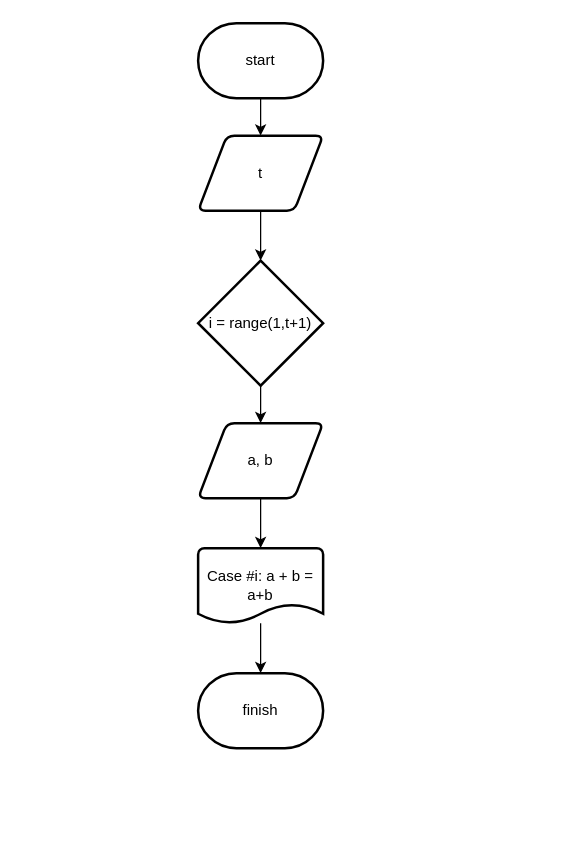
The draw.io diagram stage/03_loop/11022.drawio in Gyeongrok-Oh/boj, before the edit. Source tidied: cells renumbered, new cells numbered last; positions are measured from the earlier drawing's top-left corner, leaving out a move shared by most shapes. Both pictures are drawn from the tidied source at 125%, with x=0, y=0 at pixel (198, 22).
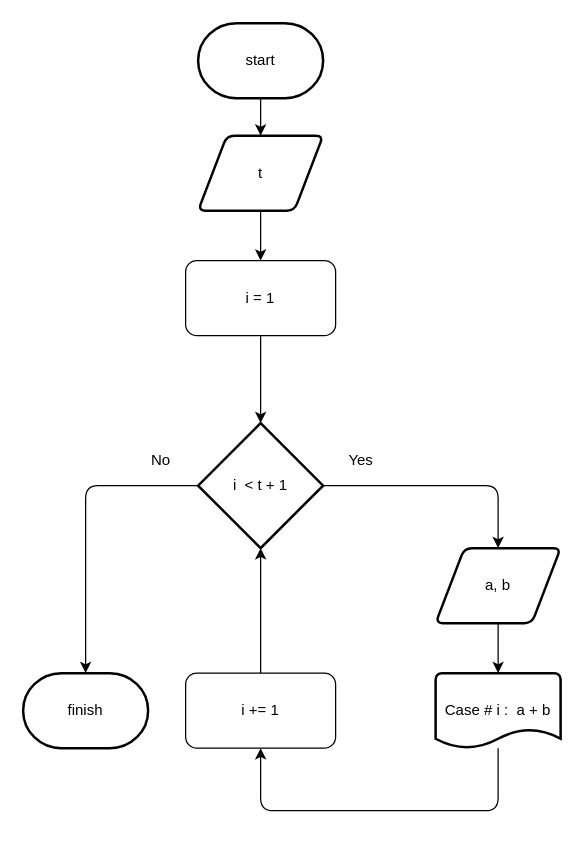
After the change.

The edit, as a diff of the source:
```diff
@@
-    <mxCell id="6" style="edgeStyle=none;html=1;" parent="1" edge="1" source="7">
+    <mxCell id="6" style="edgeStyle=none;html=1;exitX=0.5;exitY=1;exitDx=0;exitDy=0;" parent="1" edge="1" source="12">
       <mxGeometry relative="1" as="geometry">
         <mxPoint x="50" y="320" as="targetPoint" />
       </mxGeometry>
     </mxCell>
-    <mxCell id="7" value="i = range(1,t+1)" style="strokeWidth=2;html=1;shape=mxgraph.flowchart.decision;whiteSpace=wrap;" parent="1" vertex="1">
-      <mxGeometry y="190" width="100" height="100" as="geometry" />
-    </mxCell>
-    <mxCell id="8" style="edgeStyle=none;html=1;entryX=0.5;entryY=0;entryDx=0;entryDy=0;entryPerimeter=0;" parent="1" edge="1" source="9" target="11">
-      <mxGeometry relative="1" as="geometry" />
-    </mxCell>
+    <mxCell id="12" value="i = 1" style="rounded=1;whiteSpace=wrap;html=1;" parent="1" vertex="1">
+      <mxGeometry x="-10" y="190" width="120" height="60" as="geometry" />
+    </mxCell>
+    <mxCell id="13" style="edgeStyle=none;html=1;" parent="1" edge="1" source="15">
+      <mxGeometry relative="1" as="geometry">
+        <mxPoint x="240" y="420" as="targetPoint" />
+        <Array as="points">
+          <mxPoint x="240" y="370" />
+        </Array>
+      </mxGeometry>
+    </mxCell>
+    <mxCell id="14" style="edgeStyle=none;html=1;" parent="1" edge="1" source="15">
+      <mxGeometry relative="1" as="geometry">
+        <mxPoint x="-90" y="520" as="targetPoint" />
+        <Array as="points">
+          <mxPoint x="-90" y="370" />
+        </Array>
+      </mxGeometry>
+    </mxCell>
+    <mxCell id="15" value="i&amp;nbsp; &amp;lt; t + 1" style="strokeWidth=2;html=1;shape=mxgraph.flowchart.decision;whiteSpace=wrap;" parent="1" vertex="1">
+      <mxGeometry y="320" width="100" height="100" as="geometry" />
+    </mxCell>
+    <mxCell id="16" value="finish" style="strokeWidth=2;html=1;shape=mxgraph.flowchart.terminator;whiteSpace=wrap;" parent="1" vertex="1">
+      <mxGeometry x="-140" y="520" width="100" height="60" as="geometry" />
+    </mxCell>
+    <mxCell id="17" value="No" style="text;html=1;align=center;verticalAlign=middle;strokeColor=none;fillColor=none;" parent="1" vertex="1">
+      <mxGeometry x="-45" y="340" width="30" height="20" as="geometry" />
+    </mxCell>
+    <mxCell id="18" value="Yes" style="text;html=1;align=center;verticalAlign=middle;strokeColor=none;fillColor=none;" parent="1" vertex="1">
+      <mxGeometry x="115" y="340" width="30" height="20" as="geometry" />
+    </mxCell>
+    <mxCell id="19" style="edgeStyle=none;html=1;" parent="1" edge="1" source="9">
+      <mxGeometry relative="1" as="geometry">
+        <mxPoint x="240" y="520" as="targetPoint" />
+      </mxGeometry>
+    </mxCell>
     <mxCell id="9" value="a, b" style="shape=parallelogram;html=1;strokeWidth=2;perimeter=parallelogramPerimeter;whiteSpace=wrap;rounded=1;arcSize=12;size=0.23;" parent="1" vertex="1">
-      <mxGeometry y="320" width="100" height="60" as="geometry" />
+      <mxGeometry x="190" y="420" width="100" height="60" as="geometry" />
     </mxCell>
-    <mxCell id="10" style="edgeStyle=none;html=1;" parent="1" edge="1" source="11">
-      <mxGeometry relative="1" as="geometry">
-        <mxPoint x="50" y="520" as="targetPoint" />
-      </mxGeometry>
-    </mxCell>
-    <mxCell id="11" value="Case #i: a + b = a+b" style="strokeWidth=2;html=1;shape=mxgraph.flowchart.document2;whiteSpace=wrap;size=0.25;" parent="1" vertex="1">
-      <mxGeometry y="420" width="100" height="60" as="geometry" />
-    </mxCell>
-    <mxCell id="12" value="finish" style="strokeWidth=2;html=1;shape=mxgraph.flowchart.terminator;whiteSpace=wrap;" parent="1" vertex="1">
-      <mxGeometry y="520" width="100" height="60" as="geometry" />
-    </mxCell>
+    <mxCell id="20" style="edgeStyle=none;html=1;" parent="1" edge="1" source="21">
+      <mxGeometry relative="1" as="geometry">
+        <mxPoint x="50" y="580" as="targetPoint" />
+        <Array as="points">
+          <mxPoint x="240" y="630" />
+          <mxPoint x="80" y="630" />
+          <mxPoint x="50" y="630" />
+        </Array>
+      </mxGeometry>
+    </mxCell>
+    <mxCell id="21" value="Case # i :&amp;nbsp; a + b" style="strokeWidth=2;html=1;shape=mxgraph.flowchart.document2;whiteSpace=wrap;size=0.25;" parent="1" vertex="1">
+      <mxGeometry x="190" y="520" width="100" height="60" as="geometry" />
+    </mxCell>
+    <mxCell id="22" style="edgeStyle=none;html=1;entryX=0.5;entryY=1;entryDx=0;entryDy=0;entryPerimeter=0;" parent="1" edge="1" source="23" target="15">
+      <mxGeometry relative="1" as="geometry" />
+    </mxCell>
+    <mxCell id="23" value="i += 1" style="rounded=1;whiteSpace=wrap;html=1;" parent="1" vertex="1">
+      <mxGeometry x="-10" y="520" width="120" height="60" as="geometry" />
+    </mxCell>
```
